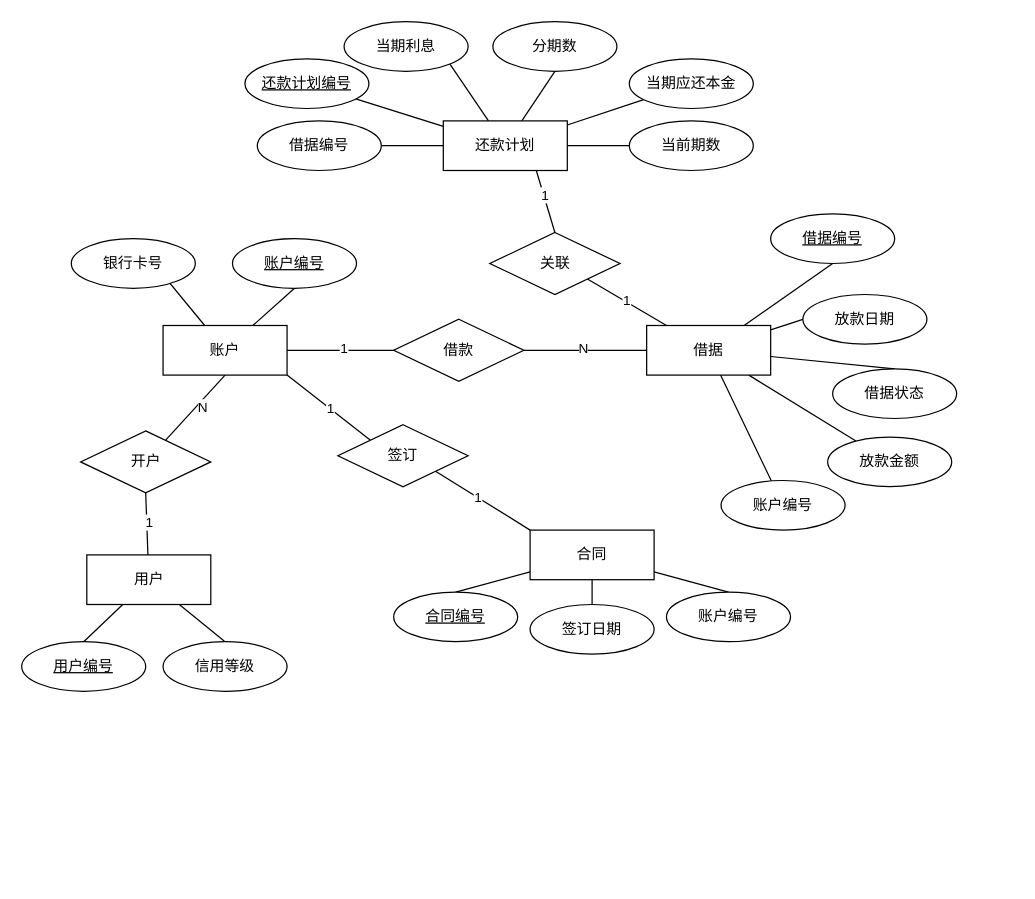
Before: 还款er图.drawio in wuxiao-web/graduationThesis, a draw.io diagram. Source tidied: cells renumbered, new cells numbered last; positions are measured from the earlier drawing's top-left corner, leaving out a move shared by most shapes. Both pictures are drawn from the tidied source at 124%, with x=0, y=0 at pixel (21, 21).
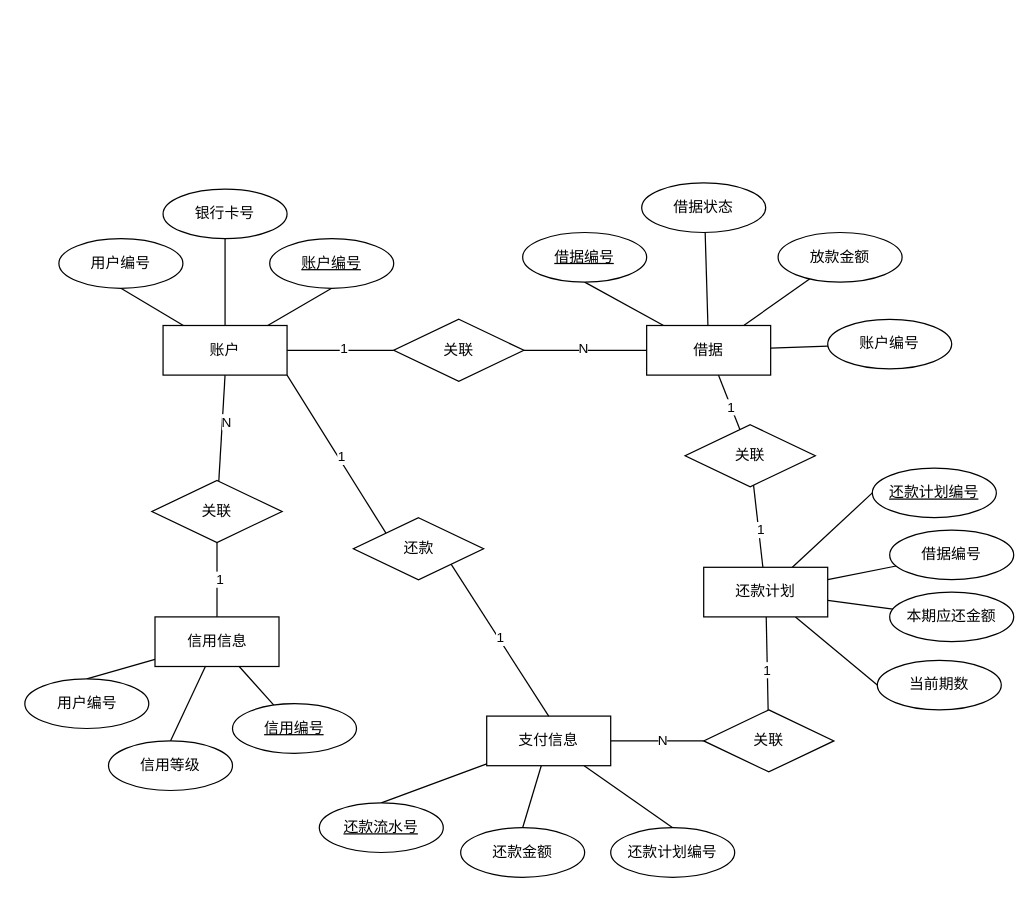
Above is the later version.

Commit message (it also covers changes not shown here):
更新还款er图.drawio

The change refers to these unchanged cells:
```xml
<mxCell id="6" value="账户" style="whiteSpace=wrap;html=1;align=center;" parent="1" vertex="1">
  <mxGeometry x="114" y="245" width="100" height="40" as="geometry" />
</mxCell>
<mxCell id="14" value="借据" style="whiteSpace=wrap;html=1;align=center;" parent="1" vertex="1">
  <mxGeometry x="504" y="245" width="100" height="40" as="geometry" />
</mxCell>
```

The edit, as a diff of the source:
```diff
@@
+    <mxCell id="63" style="rounded=0;jettySize=auto;html=1;entryX=0.5;entryY=1;entryDx=0;entryDy=0;endArrow=none;endFill=0;" parent="1" edge="1" source="6" target="67">
+      <mxGeometry relative="1" as="geometry" />
+    </mxCell>
@@
-    <mxCell id="8" style="rounded=0;jettySize=auto;html=1;entryX=0;entryY=0.5;entryDx=0;entryDy=0;endArrow=none;endFill=0;" parent="1" edge="1" source="14" target="30">
-      <mxGeometry relative="1" as="geometry" />
-    </mxCell>
@@
-    <mxCell id="12" style="rounded=0;jettySize=auto;html=1;entryX=1;entryY=1;entryDx=0;entryDy=0;endArrow=none;endFill=0;" parent="1" edge="1" source="14" target="51">
-      <mxGeometry relative="1" as="geometry" />
-    </mxCell>
-    <mxCell id="13" value="1" style="edgeLabel;html=1;align=center;verticalAlign=middle;" parent="12" vertex="1">
-      <mxGeometry x="0.02" y="-1" relative="1" as="geometry" />
-    </mxCell>
+    <mxCell id="64" style="rounded=0;jettySize=auto;html=1;endArrow=none;endFill=0;" parent="1" edge="1" source="14" target="73">
+      <mxGeometry relative="1" as="geometry" />
+    </mxCell>
+    <mxCell id="65" value="1" style="edgeLabel;html=1;align=center;verticalAlign=middle;" parent="64" vertex="1">
+      <mxGeometry x="0.13" relative="1" as="geometry" />
+    </mxCell>
@@
-    <mxCell id="15" style="rounded=0;jettySize=auto;html=1;endArrow=none;endFill=0;" parent="1" edge="1" source="21" target="24">
-      <mxGeometry relative="1" as="geometry" />
-    </mxCell>
-    <mxCell id="16" style="rounded=0;jettySize=auto;html=1;entryX=0.5;entryY=1;entryDx=0;entryDy=0;endArrow=none;endFill=0;" parent="1" edge="1" source="21" target="25">
-      <mxGeometry relative="1" as="geometry" />
-    </mxCell>
-    <mxCell id="17" style="rounded=0;jettySize=auto;html=1;endArrow=none;endFill=0;" parent="1" edge="1" source="21" target="27">
-      <mxGeometry relative="1" as="geometry" />
-    </mxCell>
-    <mxCell id="18" style="rounded=0;jettySize=auto;html=1;entryX=0;entryY=0.5;entryDx=0;entryDy=0;endArrow=none;endFill=0;" parent="1" edge="1" source="21" target="26">
-      <mxGeometry relative="1" as="geometry" />
-    </mxCell>
-    <mxCell id="19" style="rounded=0;jettySize=auto;html=1;entryX=1;entryY=1;entryDx=0;entryDy=0;endArrow=none;endFill=0;" parent="1" edge="1" source="21" target="28">
-      <mxGeometry relative="1" as="geometry" />
-    </mxCell>
-    <mxCell id="20" style="rounded=0;jettySize=auto;html=1;entryX=1;entryY=0.5;entryDx=0;entryDy=0;endArrow=none;endFill=0;" parent="1" edge="1" source="21" target="52">
-      <mxGeometry relative="1" as="geometry" />
-    </mxCell>
-    <mxCell id="21" value="还款计划" style="whiteSpace=wrap;html=1;align=center;" parent="1" vertex="1">
-      <mxGeometry x="340" y="80" width="100" height="40" as="geometry" />
-    </mxCell>
     <mxCell id="22" value="账户编号" style="ellipse;whiteSpace=wrap;html=1;align=center;fontStyle=4;" parent="1" vertex="1">
-      <mxGeometry x="170" y="175" width="100" height="40" as="geometry" />
+      <mxGeometry x="200" y="175" width="100" height="40" as="geometry" />
     </mxCell>
     <mxCell id="23" value="银行卡号" style="ellipse;whiteSpace=wrap;html=1;align=center;" parent="1" vertex="1">
-      <mxGeometry x="40" y="175" width="100" height="40" as="geometry" />
+      <mxGeometry x="114" y="135" width="100" height="40" as="geometry" />
     </mxCell>
-    <mxCell id="24" value="还款计划编号" style="ellipse;whiteSpace=wrap;html=1;align=center;fontStyle=4;" parent="1" vertex="1">
-      <mxGeometry x="180" y="30" width="100" height="40" as="geometry" />
-    </mxCell>
-    <mxCell id="25" value="分期数" style="ellipse;whiteSpace=wrap;html=1;align=center;" parent="1" vertex="1">
-      <mxGeometry x="380" width="100" height="40" as="geometry" />
-    </mxCell>
-    <mxCell id="26" value="当前期数" style="ellipse;whiteSpace=wrap;html=1;align=center;" parent="1" vertex="1">
-      <mxGeometry x="490" y="80" width="100" height="40" as="geometry" />
-    </mxCell>
-    <mxCell id="27" value="当期应还本金" style="ellipse;whiteSpace=wrap;html=1;align=center;" parent="1" vertex="1">
-      <mxGeometry x="490" y="30" width="100" height="40" as="geometry" />
-    </mxCell>
-    <mxCell id="28" value="当期利息" style="ellipse;whiteSpace=wrap;html=1;align=center;" parent="1" vertex="1">
-      <mxGeometry x="260" width="100" height="40" as="geometry" />
-    </mxCell>
     <mxCell id="29" value="借据编号" style="ellipse;whiteSpace=wrap;html=1;align=center;fontStyle=4;" parent="1" vertex="1">
-      <mxGeometry x="604" y="155" width="100" height="40" as="geometry" />
+      <mxGeometry x="404" y="170" width="100" height="40" as="geometry" />
     </mxCell>
-    <mxCell id="30" value="放款日期" style="ellipse;whiteSpace=wrap;html=1;align=center;" parent="1" vertex="1">
-      <mxGeometry x="630" y="220" width="100" height="40" as="geometry" />
-    </mxCell>
     <mxCell id="31" value="借据状态" style="ellipse;whiteSpace=wrap;html=1;align=center;" parent="1" vertex="1">
-      <mxGeometry x="654" y="280" width="100" height="40" as="geometry" />
+      <mxGeometry x="500" y="130" width="100" height="40" as="geometry" />
     </mxCell>
     <mxCell id="32" value="放款金额" style="ellipse;whiteSpace=wrap;html=1;align=center;" parent="1" vertex="1">
-      <mxGeometry x="650" y="335" width="100" height="40" as="geometry" />
+      <mxGeometry x="610" y="170" width="100" height="40" as="geometry" />
     </mxCell>
     <mxCell id="33" value="账户编号" style="ellipse;whiteSpace=wrap;html=1;align=center;" parent="1" vertex="1">
-      <mxGeometry x="564" y="370" width="100" height="40" as="geometry" />
+      <mxGeometry x="650" y="240" width="100" height="40" as="geometry" />
     </mxCell>
-    <mxCell id="34" style="rounded=0;jettySize=auto;html=1;entryX=0.5;entryY=0;entryDx=0;entryDy=0;endArrow=none;endFill=0;" parent="1" edge="1" source="39" target="40">
-      <mxGeometry relative="1" as="geometry" />
-    </mxCell>
-    <mxCell id="35" style="rounded=0;jettySize=auto;html=1;endArrow=none;endFill=0;" parent="1" edge="1" source="39" target="42">
-      <mxGeometry relative="1" as="geometry" />
-    </mxCell>
-    <mxCell id="36" style="rounded=0;jettySize=auto;html=1;entryX=0.5;entryY=0;entryDx=0;entryDy=0;endArrow=none;endFill=0;" parent="1" edge="1" source="39" target="41">
-      <mxGeometry relative="1" as="geometry" />
-    </mxCell>
-    <mxCell id="37" style="rounded=0;jettySize=auto;html=1;endArrow=none;endFill=0;exitX=0;exitY=0;exitDx=0;exitDy=0;entryX=1;entryY=1;entryDx=0;entryDy=0;" parent="1" edge="1" source="39" target="45">
-      <mxGeometry relative="1" as="geometry" />
-    </mxCell>
-    <mxCell id="38" value="1" style="edgeLabel;html=1;align=center;verticalAlign=middle;" parent="37" vertex="1">
-      <mxGeometry x="0.11" relative="1" as="geometry" />
-    </mxCell>
-    <mxCell id="39" value="合同" style="whiteSpace=wrap;html=1;align=center;" parent="1" vertex="1">
-      <mxGeometry x="410" y="410" width="100" height="40" as="geometry" />
-    </mxCell>
-    <mxCell id="40" value="合同编号" style="ellipse;whiteSpace=wrap;html=1;align=center;fontStyle=4;" parent="1" vertex="1">
-      <mxGeometry x="300" y="460" width="100" height="40" as="geometry" />
-    </mxCell>
-    <mxCell id="41" value="账户编号" style="ellipse;whiteSpace=wrap;html=1;align=center;" parent="1" vertex="1">
-      <mxGeometry x="520" y="460" width="100" height="40" as="geometry" />
-    </mxCell>
-    <mxCell id="42" value="签订日期" style="ellipse;whiteSpace=wrap;html=1;align=center;" parent="1" vertex="1">
-      <mxGeometry x="410" y="470" width="100" height="40" as="geometry" />
-    </mxCell>
-    <mxCell id="43" style="rounded=0;jettySize=auto;html=1;entryX=1;entryY=1;entryDx=0;entryDy=0;endArrow=none;endFill=0;exitX=0;exitY=0;exitDx=0;exitDy=0;" parent="1" edge="1" source="45" target="6">
-      <mxGeometry relative="1" as="geometry" />
-    </mxCell>
-    <mxCell id="44" value="1" style="edgeLabel;html=1;align=center;verticalAlign=middle;" parent="43" vertex="1">
-      <mxGeometry x="-0.01" relative="1" as="geometry" />
-    </mxCell>
-    <mxCell id="45" value="签订" style="shape=rhombus;perimeter=rhombusPerimeter;whiteSpace=wrap;html=1;align=center;" parent="1" vertex="1">
-      <mxGeometry x="255" y="325" width="105" height="50" as="geometry" />
-    </mxCell>
@@
-    <mxCell id="48" value="借款" style="shape=rhombus;perimeter=rhombusPerimeter;whiteSpace=wrap;html=1;align=center;" parent="1" vertex="1">
+    <mxCell id="48" value="关联" style="shape=rhombus;perimeter=rhombusPerimeter;whiteSpace=wrap;html=1;align=center;" parent="1" vertex="1">
       <mxGeometry x="300" y="240" width="105" height="50" as="geometry" />
     </mxCell>
-    <mxCell id="49" style="rounded=0;jettySize=auto;html=1;endArrow=none;endFill=0;exitX=0.5;exitY=0;exitDx=0;exitDy=0;entryX=0.75;entryY=1;entryDx=0;entryDy=0;" parent="1" edge="1" source="51" target="21">
-      <mxGeometry relative="1" as="geometry" />
-    </mxCell>
-    <mxCell id="50" value="1" style="edgeLabel;html=1;align=center;verticalAlign=middle;" parent="49" vertex="1">
-      <mxGeometry x="0.21" y="-1" relative="1" as="geometry" />
-    </mxCell>
-    <mxCell id="51" value="关联" style="shape=rhombus;perimeter=rhombusPerimeter;whiteSpace=wrap;html=1;align=center;" parent="1" vertex="1">
-      <mxGeometry x="377.5" y="170" width="105" height="50" as="geometry" />
-    </mxCell>
-    <mxCell id="52" value="借据编号" style="ellipse;whiteSpace=wrap;html=1;align=center;" parent="1" vertex="1">
-      <mxGeometry x="190" y="80" width="100" height="40" as="geometry" />
-    </mxCell>
@@
-    <mxCell id="55" style="rounded=0;jettySize=auto;html=1;entryX=0.5;entryY=0;entryDx=0;entryDy=0;endArrow=none;endFill=0;" parent="1" edge="1" source="57" target="61">
+    <mxCell id="55" style="rounded=0;jettySize=auto;html=1;entryX=0.5;entryY=0;entryDx=0;entryDy=0;endArrow=none;endFill=0;" parent="1" edge="1" source="57" target="69">
       <mxGeometry relative="1" as="geometry" />
     </mxCell>
@@
+    <mxCell id="66" style="rounded=0;jettySize=auto;html=1;endArrow=none;endFill=0;" parent="1" edge="1" source="57" target="68">
+      <mxGeometry relative="1" as="geometry" />
+    </mxCell>
-    <mxCell id="57" value="用户" style="whiteSpace=wrap;html=1;align=center;" parent="1" vertex="1">
-      <mxGeometry x="52.5" y="430" width="100" height="40" as="geometry" />
+    <mxCell id="57" value="信用信息" style="whiteSpace=wrap;html=1;align=center;" parent="1" vertex="1">
+      <mxGeometry x="107.5" y="480" width="100" height="40" as="geometry" />
     </mxCell>
@@
-    <mxCell id="60" value="开户" style="shape=rhombus;perimeter=rhombusPerimeter;whiteSpace=wrap;html=1;align=center;" parent="1" vertex="1">
-      <mxGeometry x="47.5" y="330" width="105" height="50" as="geometry" />
+    <mxCell id="60" value="关联" style="shape=rhombus;perimeter=rhombusPerimeter;whiteSpace=wrap;html=1;align=center;" parent="1" vertex="1">
+      <mxGeometry x="105" y="370" width="105" height="50" as="geometry" />
     </mxCell>
-    <mxCell id="61" value="用户编号" style="ellipse;whiteSpace=wrap;html=1;align=center;fontStyle=4;" parent="1" vertex="1">
-      <mxGeometry y="500" width="100" height="40" as="geometry" />
-    </mxCell>
     <mxCell id="62" value="信用等级" style="ellipse;whiteSpace=wrap;html=1;align=center;" parent="1" vertex="1">
-      <mxGeometry x="114" y="500" width="100" height="40" as="geometry" />
+      <mxGeometry x="70" y="580" width="100" height="40" as="geometry" />
     </mxCell>
+    <mxCell id="67" value="用户编号" style="ellipse;whiteSpace=wrap;html=1;align=center;" parent="1" vertex="1">
+      <mxGeometry x="30" y="175" width="100" height="40" as="geometry" />
+    </mxCell>
+    <mxCell id="68" value="信用编号" style="ellipse;whiteSpace=wrap;html=1;align=center;fontStyle=4;" parent="1" vertex="1">
+      <mxGeometry x="170" y="550" width="100" height="40" as="geometry" />
+    </mxCell>
+    <mxCell id="69" value="用户编号" style="ellipse;whiteSpace=wrap;html=1;align=center;" parent="1" vertex="1">
+      <mxGeometry x="2.5" y="530" width="100" height="40" as="geometry" />
+    </mxCell>
+    <mxCell id="15" style="rounded=0;jettySize=auto;html=1;entryX=0;entryY=0.5;entryDx=0;entryDy=0;endArrow=none;endFill=0;" parent="1" edge="1" source="21" target="24">
+      <mxGeometry relative="1" as="geometry" />
+    </mxCell>
+    <mxCell id="70" style="rounded=0;jettySize=auto;html=1;endArrow=none;endFill=0;" parent="1" edge="1" source="21" target="74">
+      <mxGeometry relative="1" as="geometry" />
+    </mxCell>
+    <mxCell id="20" style="rounded=0;jettySize=auto;html=1;endArrow=none;endFill=0;" parent="1" edge="1" source="21" target="52">
+      <mxGeometry relative="1" as="geometry" />
+    </mxCell>
+    <mxCell id="18" style="rounded=0;jettySize=auto;html=1;entryX=0;entryY=0.5;entryDx=0;entryDy=0;endArrow=none;endFill=0;" parent="1" edge="1" source="21" target="26">
+      <mxGeometry relative="1" as="geometry" />
+    </mxCell>
+    <mxCell id="21" value="还款计划" style="whiteSpace=wrap;html=1;align=center;" parent="1" vertex="1">
+      <mxGeometry x="550" y="440" width="100" height="40" as="geometry" />
+    </mxCell>
+    <mxCell id="71" style="rounded=0;jettySize=auto;html=1;endArrow=none;endFill=0;" parent="1" edge="1" source="73" target="21">
+      <mxGeometry relative="1" as="geometry" />
+    </mxCell>
+    <mxCell id="72" value="1" style="edgeLabel;html=1;align=center;verticalAlign=middle;" parent="71" vertex="1">
+      <mxGeometry x="0.08" y="1" relative="1" as="geometry" />
+    </mxCell>
+    <mxCell id="73" value="关联" style="shape=rhombus;perimeter=rhombusPerimeter;whiteSpace=wrap;html=1;align=center;" parent="1" vertex="1">
+      <mxGeometry x="535" y="325" width="105" height="50" as="geometry" />
+    </mxCell>
+    <mxCell id="24" value="还款计划编号" style="ellipse;whiteSpace=wrap;html=1;align=center;fontStyle=4;" parent="1" vertex="1">
+      <mxGeometry x="686" y="360" width="100" height="40" as="geometry" />
+    </mxCell>
+    <mxCell id="74" value="本期应还金额" style="ellipse;whiteSpace=wrap;html=1;align=center;" parent="1" vertex="1">
+      <mxGeometry x="700" y="460" width="100" height="40" as="geometry" />
+    </mxCell>
+    <mxCell id="52" value="借据编号" style="ellipse;whiteSpace=wrap;html=1;align=center;" parent="1" vertex="1">
+      <mxGeometry x="700" y="410" width="100" height="40" as="geometry" />
+    </mxCell>
+    <mxCell id="75" style="rounded=0;jettySize=auto;html=1;entryX=0.5;entryY=0;entryDx=0;entryDy=0;startArrow=none;startFill=0;endArrow=none;endFill=0;" parent="1" edge="1" source="80" target="86">
+      <mxGeometry relative="1" as="geometry" />
+    </mxCell>
+    <mxCell id="76" style="rounded=0;jettySize=auto;html=1;entryX=0.5;entryY=0;entryDx=0;entryDy=0;endArrow=none;endFill=0;" parent="1" edge="1" source="80" target="87">
+      <mxGeometry relative="1" as="geometry" />
+    </mxCell>
+    <mxCell id="77" style="rounded=0;jettySize=auto;html=1;entryX=0.5;entryY=0;entryDx=0;entryDy=0;endArrow=none;endFill=0;" parent="1" edge="1" source="80" target="88">
+      <mxGeometry relative="1" as="geometry" />
+    </mxCell>
+    <mxCell id="78" style="rounded=0;jettySize=auto;html=1;endArrow=none;endFill=0;" parent="1" edge="1" source="80" target="91">
+      <mxGeometry relative="1" as="geometry" />
+    </mxCell>
+    <mxCell id="79" value="N" style="edgeLabel;html=1;align=center;verticalAlign=middle;" parent="78" vertex="1">
+      <mxGeometry x="0.1" y="1" relative="1" as="geometry" />
+    </mxCell>
+    <mxCell id="80" value="支付信息" style="whiteSpace=wrap;html=1;align=center;" parent="1" vertex="1">
+      <mxGeometry x="375" y="560" width="100" height="40" as="geometry" />
+    </mxCell>
+    <mxCell id="81" style="rounded=0;jettySize=auto;html=1;entryX=0.5;entryY=0;entryDx=0;entryDy=0;endArrow=none;endFill=0;exitX=1;exitY=1;exitDx=0;exitDy=0;" parent="1" edge="1" source="83" target="80">
+      <mxGeometry relative="1" as="geometry" />
+    </mxCell>
+    <mxCell id="82" value="1" style="edgeLabel;html=1;align=center;verticalAlign=middle;" parent="81" vertex="1">
+      <mxGeometry x="-0.02" y="1" relative="1" as="geometry" />
+    </mxCell>
+    <mxCell id="83" value="还款" style="shape=rhombus;perimeter=rhombusPerimeter;whiteSpace=wrap;html=1;align=center;" parent="1" vertex="1">
+      <mxGeometry x="267.5" y="400" width="105" height="50" as="geometry" />
+    </mxCell>
+    <mxCell id="84" style="rounded=0;jettySize=auto;html=1;entryX=0;entryY=0;entryDx=0;entryDy=0;endArrow=none;endFill=0;exitX=1;exitY=1;exitDx=0;exitDy=0;" parent="1" edge="1" source="6" target="83">
+      <mxGeometry relative="1" as="geometry" />
+    </mxCell>
+    <mxCell id="85" value="1" style="edgeLabel;html=1;align=center;verticalAlign=middle;" parent="84" vertex="1">
+      <mxGeometry x="0.05" y="2" relative="1" as="geometry" />
+    </mxCell>
+    <mxCell id="86" value="还款流水号" style="ellipse;whiteSpace=wrap;html=1;align=center;fontStyle=4;" parent="1" vertex="1">
+      <mxGeometry x="240" y="630" width="100" height="40" as="geometry" />
+    </mxCell>
+    <mxCell id="87" value="还款金额" style="ellipse;whiteSpace=wrap;html=1;align=center;" parent="1" vertex="1">
+      <mxGeometry x="354" y="650" width="100" height="40" as="geometry" />
+    </mxCell>
+    <mxCell id="88" value="还款计划编号" style="ellipse;whiteSpace=wrap;html=1;align=center;" parent="1" vertex="1">
+      <mxGeometry x="475" y="650" width="100" height="40" as="geometry" />
+    </mxCell>
+    <mxCell id="89" style="rounded=0;jettySize=auto;html=1;endArrow=none;endFill=0;" parent="1" edge="1" source="91" target="21">
+      <mxGeometry relative="1" as="geometry" />
+    </mxCell>
+    <mxCell id="90" value="1" style="edgeLabel;html=1;align=center;verticalAlign=middle;" parent="89" vertex="1">
+      <mxGeometry x="-0.12" y="1" relative="1" as="geometry" />
+    </mxCell>
+    <mxCell id="91" value="关联" style="shape=rhombus;perimeter=rhombusPerimeter;whiteSpace=wrap;html=1;align=center;" parent="1" vertex="1">
+      <mxGeometry x="550" y="555" width="105" height="50" as="geometry" />
+    </mxCell>
+    <mxCell id="26" value="当前期数" style="ellipse;whiteSpace=wrap;html=1;align=center;" parent="1" vertex="1">
+      <mxGeometry x="690" y="515" width="100" height="40" as="geometry" />
+    </mxCell>
```
